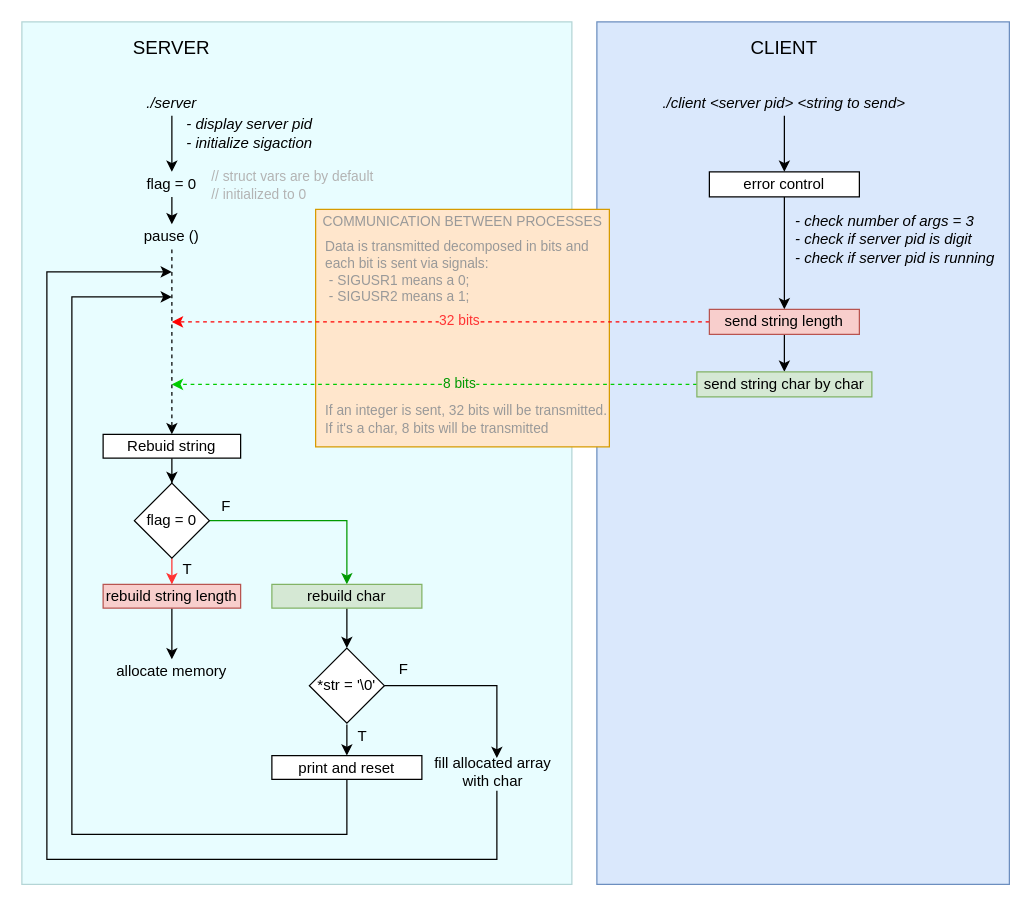
Above: img/minitalk_pseudocode.drawio in ccg-v/minitalk (draw.io), before the change. Source tidied: cells renumbered, new cells numbered last; positions are measured from the earlier drawing's top-left corner, leaving out a move shared by most shapes. Both pictures are drawn from the tidied source at 125%, with x=0, y=0 at pixel (21, 21).
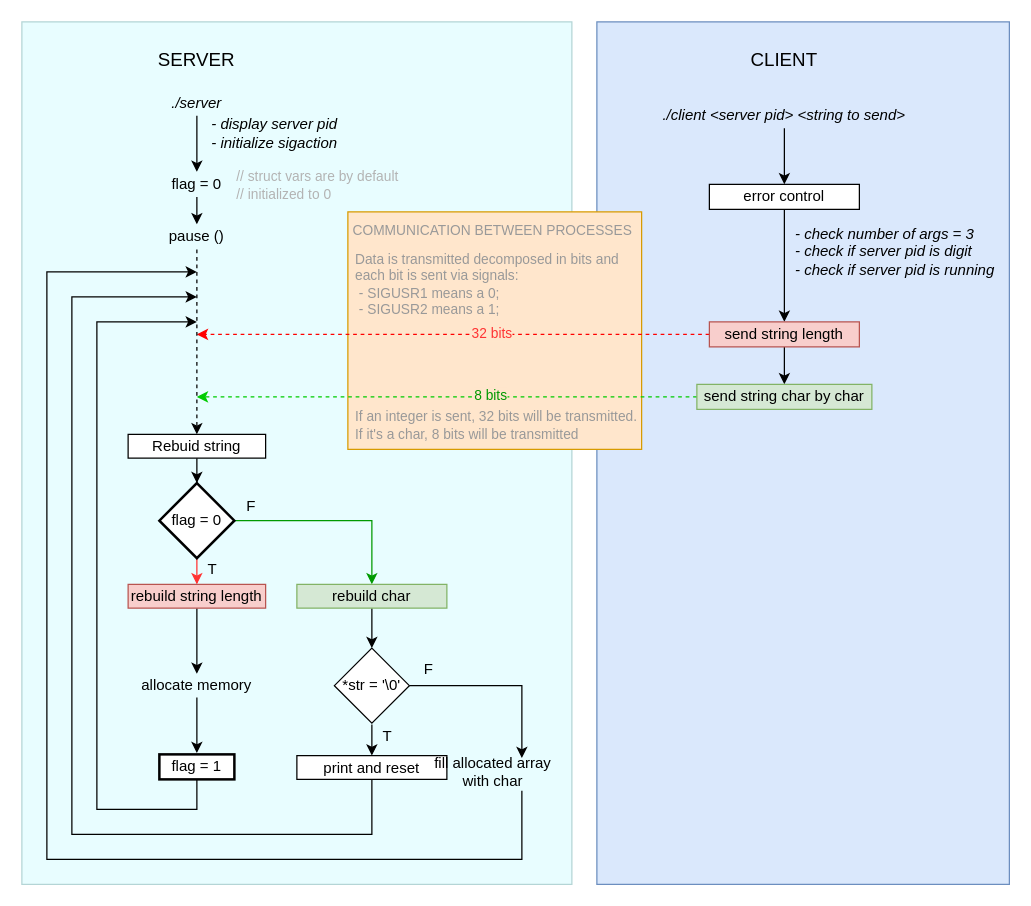
Above is the later version.

Commit message (it also covers changes not shown here):
changes in pseudocode flow charts

The change refers to these unchanged cells:
```xml
<mxCell id="44" value="&lt;div&gt;fill allocated array &lt;br&gt;&lt;/div&gt;&lt;div&gt;with char&lt;/div&gt;" style="rounded=0;whiteSpace=wrap;html=1;strokeColor=none;fillColor=none;perimeterSpacing=6;" parent="1" vertex="1">
  <mxGeometry x="317" y="590" width="120" height="19" as="geometry" />
</mxCell>
```

Change to the diagram source:
```diff
@@
     <mxCell id="4" style="whiteSpace=wrap;html=1;fillColor=#ffe6cc;strokeColor=#d79b00;" parent="1" vertex="1">
-      <mxGeometry x="235" y="150" width="235" height="190" as="geometry" />
+      <mxGeometry x="260.8" y="152" width="235" height="190" as="geometry" />
     </mxCell>
     <mxCell id="5" value="&lt;div style=&quot;font-size: 15px;&quot;&gt;CLIENT&lt;/div&gt;" style="rounded=0;whiteSpace=wrap;html=1;strokeColor=none;fillColor=none;fontSize=15;" parent="1" vertex="1">
-      <mxGeometry x="550" y="10" width="120" height="20" as="geometry" />
+      <mxGeometry x="550" y="20" width="120" height="20" as="geometry" />
     </mxCell>
@@
     <mxCell id="7" value="&lt;i&gt;./client &amp;lt;server pid&amp;gt; &amp;lt;string to send&amp;gt;&lt;/i&gt;" style="rounded=0;whiteSpace=wrap;html=1;strokeColor=none;fillColor=none;" parent="1" vertex="1">
-      <mxGeometry x="505" y="55" width="210" height="20" as="geometry" />
+      <mxGeometry x="505" y="65" width="210" height="20" as="geometry" />
     </mxCell>
@@
     <mxCell id="9" value="&lt;div&gt;error control&lt;/div&gt;" style="rounded=0;whiteSpace=wrap;html=1;" parent="1" vertex="1">
-      <mxGeometry x="550" y="120" width="120" height="20" as="geometry" />
+      <mxGeometry x="550" y="130" width="120" height="20" as="geometry" />
     </mxCell>
     <mxCell id="10" value="&lt;div&gt;&lt;i&gt;- check number of args = 3&lt;br&gt;&lt;/i&gt;&lt;/div&gt;&lt;div&gt;&lt;i&gt;- check if server pid is digit&lt;/i&gt;&lt;/div&gt;&lt;div&gt;&lt;i&gt;- check if server pid is running&lt;br&gt;&lt;/i&gt;&lt;/div&gt;" style="rounded=0;whiteSpace=wrap;html=1;strokeColor=none;fillColor=none;align=left;" parent="1" vertex="1">
-      <mxGeometry x="617" y="148" width="170" height="52" as="geometry" />
+      <mxGeometry x="617" y="158" width="170" height="52" as="geometry" />
     </mxCell>
@@
     <mxCell id="12" style="edgeStyle=orthogonalEdgeStyle;rounded=0;jettySize=auto;html=1;strokeColor=#FF0000;strokeWidth=1;dashed=1;" parent="1" edge="1" source="14">
       <mxGeometry relative="1" as="geometry">
-        <mxPoint x="120" y="240" as="targetPoint" />
+        <mxPoint x="140" y="250" as="targetPoint" />
       </mxGeometry>
     </mxCell>
     <mxCell id="13" value="&lt;div&gt;32 bits&lt;/div&gt;" style="edgeLabel;html=1;align=center;verticalAlign=middle;labelBackgroundColor=#FFE6CC;fontColor=#FF3333;" parent="12" vertex="1">
       <mxGeometry x="-0.38" y="3" relative="1" as="geometry">
-        <mxPoint x="-68" y="-5" as="offset" />
+        <mxPoint x="-48" y="-5" as="offset" />
       </mxGeometry>
     </mxCell>
     <mxCell id="14" value="send string length" style="rounded=0;whiteSpace=wrap;html=1;strokeColor=#b85450;fillColor=#f8cecc;" parent="1" vertex="1">
-      <mxGeometry x="550" y="230" width="120" height="20" as="geometry" />
+      <mxGeometry x="550" y="240" width="120" height="20" as="geometry" />
     </mxCell>
     <mxCell id="15" style="edgeStyle=orthogonalEdgeStyle;rounded=0;jettySize=auto;html=1;strokeColor=#00CC00;dashed=1;" parent="1" edge="1" source="16">
       <mxGeometry relative="1" as="geometry">
-        <mxPoint x="120" y="290" as="targetPoint" />
+        <mxPoint x="140" y="300" as="targetPoint" />
       </mxGeometry>
     </mxCell>
     <mxCell id="16" value="&lt;div&gt;send string char by char&lt;br&gt;&lt;/div&gt;" style="rounded=0;whiteSpace=wrap;html=1;strokeColor=#82b366;fillColor=#d5e8d4;" parent="1" vertex="1">
-      <mxGeometry x="540" y="280" width="140" height="20" as="geometry" />
+      <mxGeometry x="540" y="290" width="140" height="20" as="geometry" />
     </mxCell>
     <mxCell id="17" value="&lt;div&gt;SERVER&lt;/div&gt;" style="rounded=0;whiteSpace=wrap;html=1;strokeColor=none;fillColor=none;fontSize=15;" parent="1" vertex="1">
-      <mxGeometry x="60" y="10" width="120" height="20" as="geometry" />
+      <mxGeometry x="80" y="20" width="120" height="20" as="geometry" />
     </mxCell>
@@
     <mxCell id="19" value="&lt;div&gt;&lt;i&gt;./server&lt;/i&gt;&lt;/div&gt;" style="rounded=0;whiteSpace=wrap;html=1;strokeColor=none;fillColor=none;" parent="1" vertex="1">
-      <mxGeometry x="60" y="55" width="120" height="20" as="geometry" />
+      <mxGeometry x="80" y="55" width="120" height="20" as="geometry" />
     </mxCell>
@@
     <mxCell id="21" value="pause ()" style="rounded=0;whiteSpace=wrap;html=1;strokeColor=none;fillColor=none;" parent="1" vertex="1">
-      <mxGeometry x="60" y="162" width="120" height="20" as="geometry" />
+      <mxGeometry x="80" y="162" width="120" height="20" as="geometry" />
     </mxCell>
     <mxCell id="22" value="&lt;div&gt;&lt;i&gt;- display server pid&lt;br&gt;&lt;/i&gt;&lt;/div&gt;&lt;div&gt;&lt;i&gt;- initialize sigaction&lt;br&gt;&lt;/i&gt;&lt;/div&gt;" style="rounded=0;whiteSpace=wrap;html=1;strokeColor=none;fillColor=none;align=left;" parent="1" vertex="1">
-      <mxGeometry x="130" y="71" width="150" height="35" as="geometry" />
+      <mxGeometry x="150" y="71" width="150" height="35" as="geometry" />
     </mxCell>
@@
     <mxCell id="24" value="Rebuid string" style="rounded=0;whiteSpace=wrap;html=1;" parent="1" vertex="1">
-      <mxGeometry x="65" y="330" width="110" height="19" as="geometry" />
+      <mxGeometry x="85" y="330" width="110" height="19" as="geometry" />
     </mxCell>
@@
     <mxCell id="26" style="edgeStyle=orthogonalEdgeStyle;rounded=0;jettySize=auto;html=1;entryX=0.5;entryY=0;entryDx=0;entryDy=0;strokeColor=#009900;" parent="1" edge="1" source="27" target="36">
       <mxGeometry relative="1" as="geometry">
         <Array as="points">
-          <mxPoint x="260" y="399" />
+          <mxPoint x="280" y="399" />
         </Array>
       </mxGeometry>
     </mxCell>
-    <mxCell id="27" value="flag = 0" style="rhombus;whiteSpace=wrap;html=1;" parent="1" vertex="1">
-      <mxGeometry x="90" y="369" width="60" height="60" as="geometry" />
+    <mxCell id="27" value="flag = 0" style="rhombus;whiteSpace=wrap;html=1;strokeWidth=2;" parent="1" vertex="1">
+      <mxGeometry x="110" y="369" width="60" height="60" as="geometry" />
     </mxCell>
@@
     <mxCell id="29" value="flag = 0" style="rounded=0;whiteSpace=wrap;html=1;strokeColor=none;fillColor=none;" parent="1" vertex="1">
-      <mxGeometry x="95" y="120" width="50" height="20" as="geometry" />
+      <mxGeometry x="115" y="120" width="50" height="20" as="geometry" />
     </mxCell>
     <mxCell id="30" value="&lt;div style=&quot;font-size: 11px;&quot;&gt;// struct vars are by default &lt;br style=&quot;font-size: 11px;&quot;&gt;&lt;/div&gt;&lt;div style=&quot;font-size: 11px;&quot;&gt;// initialized to 0&lt;/div&gt;" style="rounded=0;whiteSpace=wrap;html=1;align=left;fillColor=none;fontColor=#B3B3B3;strokeColor=none;fontSize=11;" parent="1" vertex="1">
-      <mxGeometry x="150" y="113" width="160" height="35" as="geometry" />
+      <mxGeometry x="170" y="113" width="160" height="35" as="geometry" />
     </mxCell>
@@
     <mxCell id="32" value="rebuild string length" style="rounded=0;whiteSpace=wrap;html=1;strokeColor=#b85450;fillColor=#f8cecc;" parent="1" vertex="1">
-      <mxGeometry x="65" y="450" width="110" height="19" as="geometry" />
+      <mxGeometry x="85" y="450" width="110" height="19" as="geometry" />
     </mxCell>
     <mxCell id="33" value="T" style="rounded=0;whiteSpace=wrap;html=1;strokeColor=none;fillColor=none;align=left;" parent="1" vertex="1">
-      <mxGeometry x="127" y="430" width="10" height="15" as="geometry" />
+      <mxGeometry x="147" y="430" width="10" height="15" as="geometry" />
     </mxCell>
+    <mxCell id="51" style="edgeStyle=orthogonalEdgeStyle;rounded=0;jettySize=auto;html=1;" parent="1" edge="1" source="34">
+      <mxGeometry relative="1" as="geometry">
+        <mxPoint x="140" y="585" as="targetPoint" />
+      </mxGeometry>
+    </mxCell>
     <mxCell id="34" value="&lt;div&gt;allocate memory&lt;/div&gt;" style="rounded=0;whiteSpace=wrap;html=1;strokeColor=none;fillColor=none;" parent="1" vertex="1">
-      <mxGeometry x="60" y="510" width="120" height="19" as="geometry" />
+      <mxGeometry x="80" y="521.5" width="120" height="19" as="geometry" />
     </mxCell>
@@
     <mxCell id="36" value="&lt;div&gt;rebuild&amp;nbsp;char&lt;/div&gt;" style="rounded=0;whiteSpace=wrap;html=1;strokeColor=#82b366;fillColor=#d5e8d4;" parent="1" vertex="1">
-      <mxGeometry x="200" y="450" width="120" height="19" as="geometry" />
+      <mxGeometry x="220" y="450" width="120" height="19" as="geometry" />
     </mxCell>
     <mxCell id="37" style="edgeStyle=orthogonalEdgeStyle;rounded=0;jettySize=auto;html=1;" parent="1" edge="1" source="38">
       <mxGeometry relative="1" as="geometry">
-        <mxPoint x="120" y="220" as="targetPoint" />
+        <mxPoint x="140" y="220" as="targetPoint" />
         <Array as="points">
-          <mxPoint x="260" y="650" />
+          <mxPoint x="280" y="650" />
           <mxPoint x="40" y="650" />
           <mxPoint x="40" y="220" />
         </Array>
       </mxGeometry>
     </mxCell>
     <mxCell id="38" value="&lt;div&gt;print and reset&lt;/div&gt;" style="rounded=0;whiteSpace=wrap;html=1;strokeColor=#000000;" parent="1" vertex="1">
-      <mxGeometry x="200" y="587" width="120" height="19" as="geometry" />
+      <mxGeometry x="220" y="587" width="120" height="19" as="geometry" />
     </mxCell>
     <mxCell id="39" value="&lt;div&gt;F&lt;/div&gt;" style="rounded=0;whiteSpace=wrap;html=1;strokeColor=none;fillColor=none;align=left;" parent="1" vertex="1">
-      <mxGeometry x="158" y="380" width="10" height="15" as="geometry" />
+      <mxGeometry x="178" y="380" width="10" height="15" as="geometry" />
     </mxCell>
     <mxCell id="40" style="edgeStyle=orthogonalEdgeStyle;rounded=0;jettySize=auto;html=1;entryX=0.5;entryY=0;entryDx=0;entryDy=0;" parent="1" edge="1" target="38">
       <mxGeometry relative="1" as="geometry">
-        <mxPoint x="260" y="562" as="sourcePoint" />
+        <mxPoint x="280" y="562" as="sourcePoint" />
       </mxGeometry>
     </mxCell>
     <mxCell id="41" style="edgeStyle=orthogonalEdgeStyle;rounded=0;jettySize=auto;html=1;" parent="1" edge="1" source="42">
       <mxGeometry relative="1" as="geometry">
-        <mxPoint x="380" y="589" as="targetPoint" />
+        <mxPoint x="400" y="589" as="targetPoint" />
         <Array as="points">
-          <mxPoint x="380" y="531" />
-          <mxPoint x="380" y="589" />
+          <mxPoint x="400" y="531" />
+          <mxPoint x="400" y="589" />
         </Array>
       </mxGeometry>
     </mxCell>
     <mxCell id="42" value="&lt;div&gt;*str = '\0'&lt;br&gt;&lt;/div&gt;" style="rhombus;whiteSpace=wrap;html=1;" parent="1" vertex="1">
-      <mxGeometry x="230" y="501" width="60" height="60" as="geometry" />
+      <mxGeometry x="250" y="501" width="60" height="60" as="geometry" />
     </mxCell>
-    <mxCell id="43" style="edgeStyle=orthogonalEdgeStyle;rounded=0;jettySize=auto;html=1;" parent="1" edge="1" source="44">
+    <mxCell id="43" style="edgeStyle=orthogonalEdgeStyle;rounded=0;orthogonalLoop=1;jettySize=auto;html=1;" parent="1" edge="1">
       <mxGeometry relative="1" as="geometry">
-        <mxPoint x="120" y="200" as="targetPoint" />
+        <mxPoint x="400" y="615" as="sourcePoint" />
+        <mxPoint x="140" y="200" as="targetPoint" />
         <Array as="points">
-          <mxPoint x="380" y="670" />
+          <mxPoint x="400" y="670" />
           <mxPoint x="20" y="670" />
           <mxPoint x="20" y="200" />
         </Array>
       </mxGeometry>
     </mxCell>
@@
     <mxCell id="45" value="&lt;div&gt;F&lt;/div&gt;" style="rounded=0;whiteSpace=wrap;html=1;strokeColor=none;fillColor=none;align=left;" parent="1" vertex="1">
-      <mxGeometry x="300" y="510" width="10" height="15" as="geometry" />
+      <mxGeometry x="320" y="510" width="10" height="15" as="geometry" />
     </mxCell>
     <mxCell id="46" value="T" style="rounded=0;whiteSpace=wrap;html=1;strokeColor=none;fillColor=none;align=left;" parent="1" vertex="1">
-      <mxGeometry x="267" y="564" width="10" height="15" as="geometry" />
+      <mxGeometry x="287" y="564" width="10" height="15" as="geometry" />
     </mxCell>
     <mxCell id="47" value="&lt;div style=&quot;font-size: 11px;&quot;&gt;Data is transmitted decomposed in bits and each bit is sent via signals:&lt;/div&gt;&lt;div style=&quot;font-size: 11px;&quot;&gt;&amp;nbsp;- SIGUSR1 means a 0;&lt;/div&gt;&lt;div style=&quot;font-size: 11px;&quot;&gt;&amp;nbsp;- SIGUSR2 means a 1;&lt;br style=&quot;font-size: 11px;&quot;&gt;&lt;/div&gt;" style="rounded=0;whiteSpace=wrap;html=1;strokeColor=none;fillColor=none;align=left;fontColor=#999999;fontSize=11;" parent="1" vertex="1">
-      <mxGeometry x="241" y="190" width="239" height="20" as="geometry" />
+      <mxGeometry x="265" y="200" width="239" height="20" as="geometry" />
     </mxCell>
     <mxCell id="48" value="&lt;div&gt;8 bits&lt;/div&gt;" style="edgeLabel;html=1;align=center;verticalAlign=middle;labelBackgroundColor=#FFE6CC;fontColor=#009900;spacingLeft=5;spacingBottom=0;spacingRight=5;" parent="1" vertex="1">
-      <mxGeometry x="352.5" y="266" as="geometry">
+      <mxGeometry x="377.5" y="276" as="geometry">
         <mxPoint x="-3" y="22" as="offset" />
       </mxGeometry>
     </mxCell>
     <mxCell id="49" value="&lt;div&gt;If an integer is sent, 32 bits will be transmitted.&lt;/div&gt;&lt;div&gt;If it's a char, 8 bits will be transmitted&lt;br&gt;&lt;/div&gt;" style="rounded=0;whiteSpace=wrap;html=1;strokeColor=none;fillColor=none;align=left;fontColor=#999999;fontSize=11;" parent="1" vertex="1">
-      <mxGeometry x="240.5" y="308" width="227.5" height="20" as="geometry" />
+      <mxGeometry x="264.5" y="313" width="227.5" height="20" as="geometry" />
     </mxCell>
     <mxCell id="50" value="COMMUNICATION BETWEEN PROCESSES" style="rounded=0;whiteSpace=wrap;html=1;strokeColor=none;fillColor=none;align=left;fontColor=#999999;fontSize=11;" parent="1" vertex="1">
-      <mxGeometry x="238.8" y="150" width="227.5" height="20" as="geometry" />
+      <mxGeometry x="262.8" y="157" width="227.5" height="20" as="geometry" />
     </mxCell>
+    <mxCell id="52" style="edgeStyle=orthogonalEdgeStyle;rounded=0;jettySize=auto;html=1;" parent="1" edge="1" source="53">
+      <mxGeometry relative="1" as="geometry">
+        <mxPoint x="140" y="240" as="targetPoint" />
+        <Array as="points">
+          <mxPoint x="140" y="630" />
+          <mxPoint x="60" y="630" />
+        </Array>
+      </mxGeometry>
+    </mxCell>
+    <mxCell id="53" value="flag = 1" style="rounded=0;whiteSpace=wrap;html=1;strokeWidth=2;" parent="1" vertex="1">
+      <mxGeometry x="110" y="586" width="60" height="20" as="geometry" />
+    </mxCell>
```
